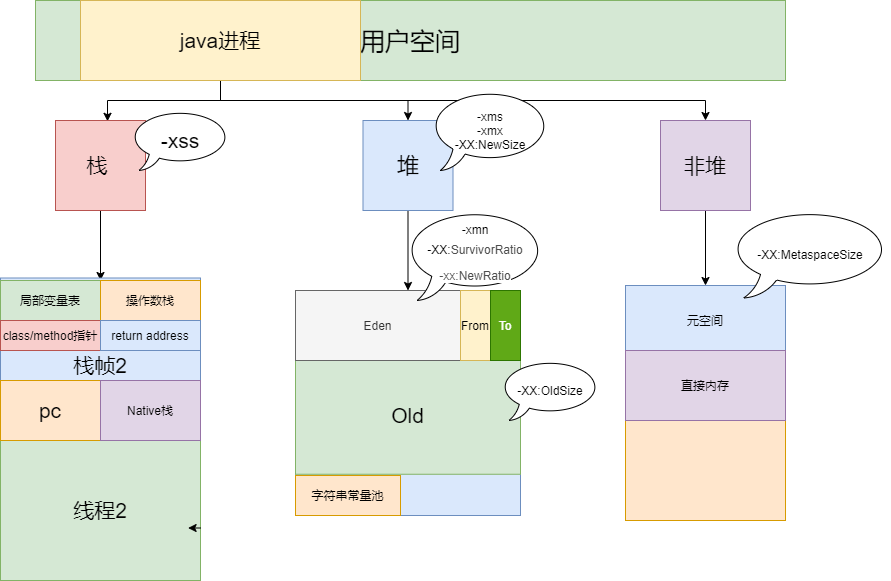
Above: Week_01/work_3/jvm.png in vicyor/JAVA-000 (draw.io), before the change. Source tidied: cells renumbered, new cells last; positions are measured from the earlier drawing's top-left corner, leaving out a move shared by most shapes.
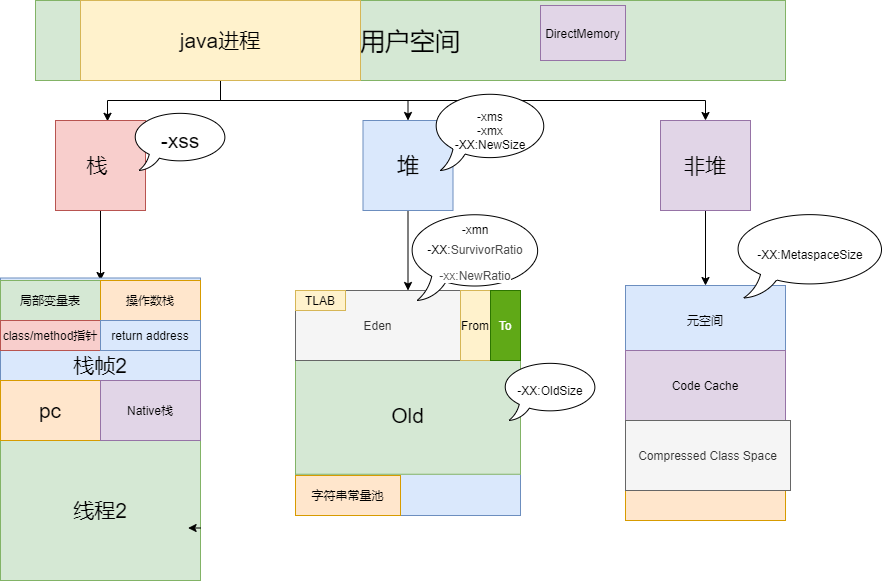
After the change.

Diff of the diagram source:
```diff
@@ -98,7 +98,7 @@
     <mxCell id="33" value="元空间" style="rounded=0;whiteSpace=wrap;html=1;fillColor=#dae8fc;strokeColor=#6c8ebf;" parent="1" vertex="1">
       <mxGeometry x="625" y="285" width="160" height="70" as="geometry" />
     </mxCell>
-    <mxCell id="34" value="直接内存" style="rounded=0;whiteSpace=wrap;html=1;fillColor=#e1d5e7;strokeColor=#9673a6;" parent="1" vertex="1">
+    <mxCell id="34" value="Code Cache" style="rounded=0;whiteSpace=wrap;html=1;fillColor=#e1d5e7;strokeColor=#9673a6;" parent="1" vertex="1">
       <mxGeometry x="625" y="350" width="160" height="70" as="geometry" />
     </mxCell>
     <mxCell id="35" value="&lt;font style=&quot;font-size: 21px&quot;&gt;-xss&lt;/font&gt;" style="whiteSpace=wrap;html=1;shape=mxgraph.basic.oval_callout;" parent="1" vertex="1">
@@ -116,5 +116,14 @@
     <mxCell id="39" value="-XX:MetaspaceSize" style="whiteSpace=wrap;html=1;shape=mxgraph.basic.oval_callout;" parent="1" vertex="1">
       <mxGeometry x="730" y="210" width="160" height="87.5" as="geometry" />
     </mxCell>
+    <mxCell id="40" value="Compressed Class Space" style="rounded=0;whiteSpace=wrap;html=1;fillColor=#f5f5f5;strokeColor=#666666;fontColor=#333333;" parent="1" vertex="1">
+      <mxGeometry x="625" y="420" width="165" height="70" as="geometry" />
+    </mxCell>
+    <mxCell id="41" value="DirectMemory" style="rounded=0;whiteSpace=wrap;html=1;fillColor=#e1d5e7;strokeColor=#9673a6;" parent="1" vertex="1">
+      <mxGeometry x="540" y="5" width="85" height="55" as="geometry" />
+    </mxCell>
+    <mxCell id="42" value="TLAB" style="rounded=0;whiteSpace=wrap;html=1;fillColor=#fff2cc;strokeColor=#d6b656;" parent="1" vertex="1">
+      <mxGeometry x="295" y="290" width="50" height="20" as="geometry" />
+    </mxCell>
   </root>
 </mxGraphModel>
```
